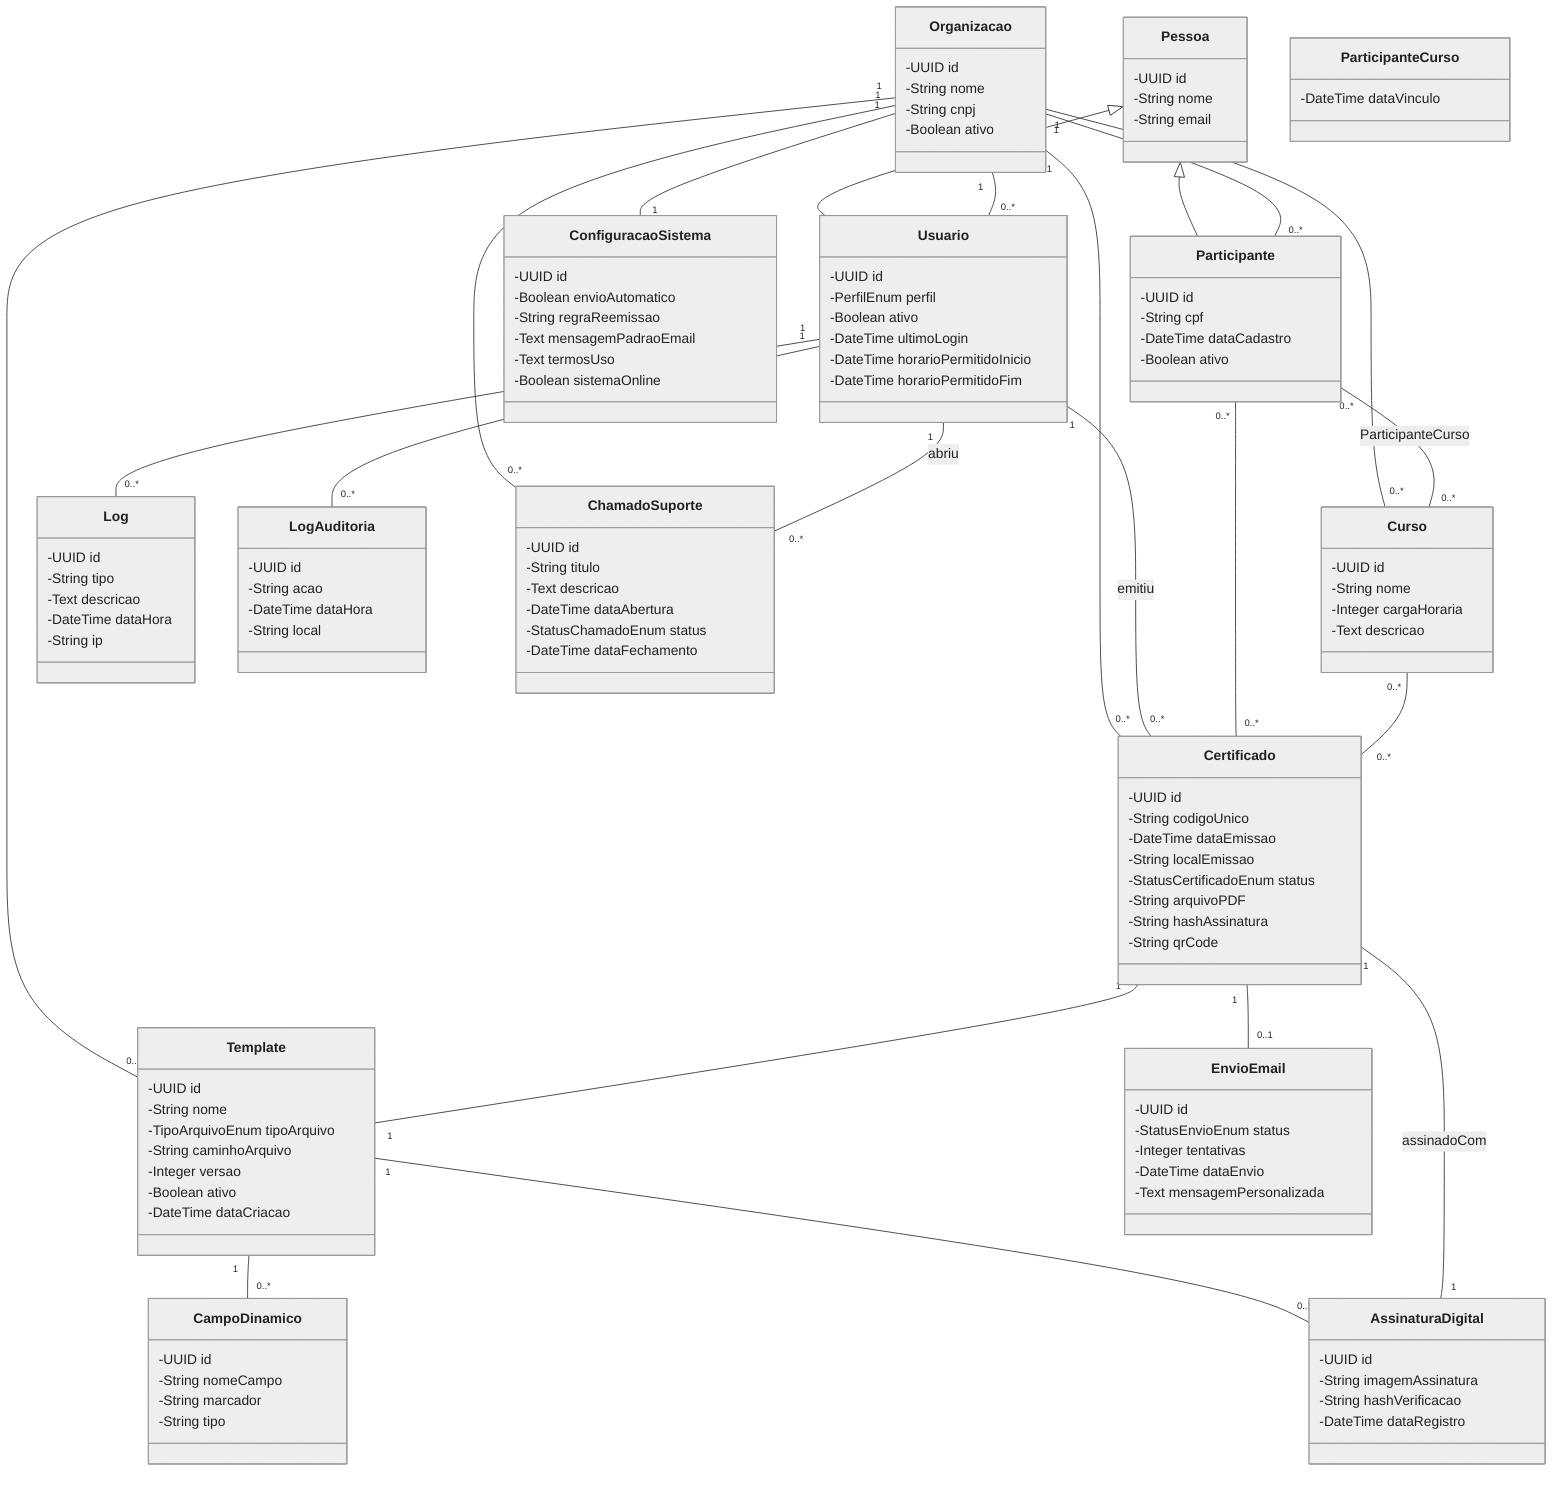
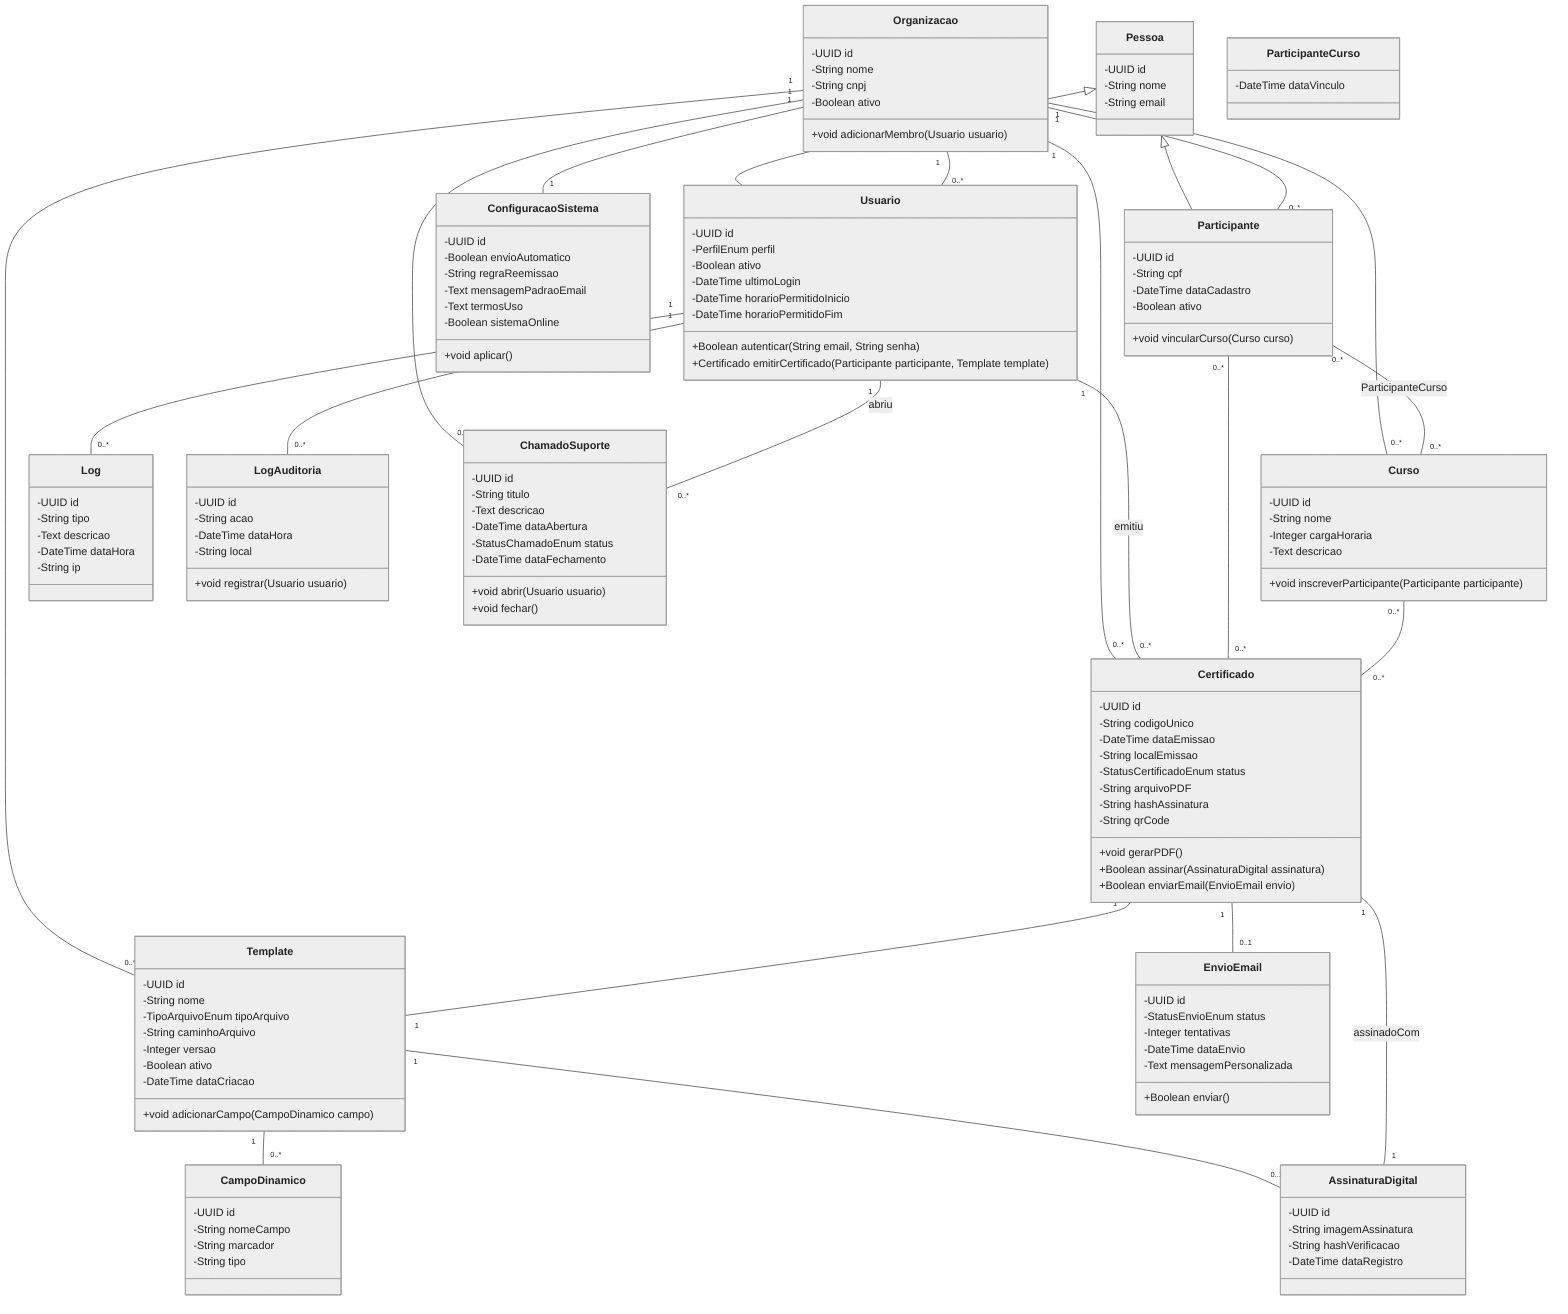
%%{init: {'theme': 'neutral', 'themeVariables': {'lineColor': '#333333', 'primaryTextColor': '#222222', 'primaryColor': '#f4f4f4', 'primaryBorderColor': '#333333', 'secondaryColor': '#ffffff'}}}%%
classDiagram
    class Pessoa {
      -UUID id
      -String nome
      -String email
    }
    class Usuario {
      -UUID id
      -PerfilEnum perfil
      -Boolean ativo
      -DateTime ultimoLogin
      -DateTime horarioPermitidoInicio
      -DateTime horarioPermitidoFim
+       +Boolean autenticar(String email, String senha)
+       +Certificado emitirCertificado(Participante participante, Template template)
    }
    class Participante {
      -UUID id
      -String cpf
      -DateTime dataCadastro
      -Boolean ativo
+       +void vincularCurso(Curso curso)
    }
    class Organizacao {
      -UUID id
      -String nome
      -String cnpj
      -Boolean ativo
+       +void adicionarMembro(Usuario usuario)
    }
    class Curso {
      -UUID id
      -String nome
      -Integer cargaHoraria
      -Text descricao
+       +void inscreverParticipante(Participante participante)
    }
    class ParticipanteCurso {
      -DateTime dataVinculo
    }
    class Template {
      -UUID id
      -String nome
      -TipoArquivoEnum tipoArquivo
      -String caminhoArquivo
      -Integer versao
      -Boolean ativo
      -DateTime dataCriacao
+       +void adicionarCampo(CampoDinamico campo)
    }
    class CampoDinamico {
      -UUID id
      -String nomeCampo
      -String marcador
      -String tipo
    }
    class AssinaturaDigital {
      -UUID id
      -String imagemAssinatura
      -String hashVerificacao
      -DateTime dataRegistro
    }
    class Certificado {
      -UUID id
      -String codigoUnico
      -DateTime dataEmissao
      -String localEmissao
      -StatusCertificadoEnum status
      -String arquivoPDF
      -String hashAssinatura
      -String qrCode
+       +void gerarPDF()
+       +Boolean assinar(AssinaturaDigital assinatura)
+       +Boolean enviarEmail(EnvioEmail envio)
    }
    class EnvioEmail {
      -UUID id
      -StatusEnvioEnum status
      -Integer tentativas
      -DateTime dataEnvio
      -Text mensagemPersonalizada
+       +Boolean enviar()
    }
    class Log {
      -UUID id
      -String tipo
      -Text descricao
      -DateTime dataHora
      -String ip
    }
    class LogAuditoria {
      -UUID id
      -String acao
      -DateTime dataHora
      -String local
+       +void registrar(Usuario usuario)
    }
    class ConfiguracaoSistema {
      -UUID id
      -Boolean envioAutomatico
      -String regraReemissao
      -Text mensagemPadraoEmail
      -Text termosUso
      -Boolean sistemaOnline
+       +void aplicar()
    }
    class ChamadoSuporte {
      -UUID id
      -String titulo
      -Text descricao
      -DateTime dataAbertura
      -StatusChamadoEnum status
      -DateTime dataFechamento
+       +void abrir(Usuario usuario)
+       +void fechar()
    }

    Pessoa <|-- Usuario
    Pessoa <|-- Participante

    Organizacao "1" -- "0..*" Usuario
    Organizacao "1" -- "0..*" Participante
    Organizacao "1" -- "0..*" Curso
    Organizacao "1" -- "0..*" Template
    Organizacao "1" -- "0..*" Certificado
    Organizacao "1" -- "1" ConfiguracaoSistema
    Organizacao "1" -- "0..*" ChamadoSuporte

    Participante "0..*" -- "0..*" Curso : ParticipanteCurso
    Template "1" -- "0..*" CampoDinamico
    Template "1" -- "0..1" AssinaturaDigital

    Usuario "1" -- "0..*" Certificado : emitiu
    Usuario "1" -- "0..*" Log
    Usuario "1" -- "0..*" LogAuditoria
    Usuario "1" -- "0..*" ChamadoSuporte : abriu

    Participante "0..*" -- "0..*" Certificado
    Curso "0..*" -- "0..*" Certificado

    Certificado "1" -- "0..1" EnvioEmail
    Certificado "1" -- "1" Template
-     Certificado "1" -- "1" AssinaturaDigital : assinadoCom+     Certificado "1" -- "1" AssinaturaDigital : assinadoCom
